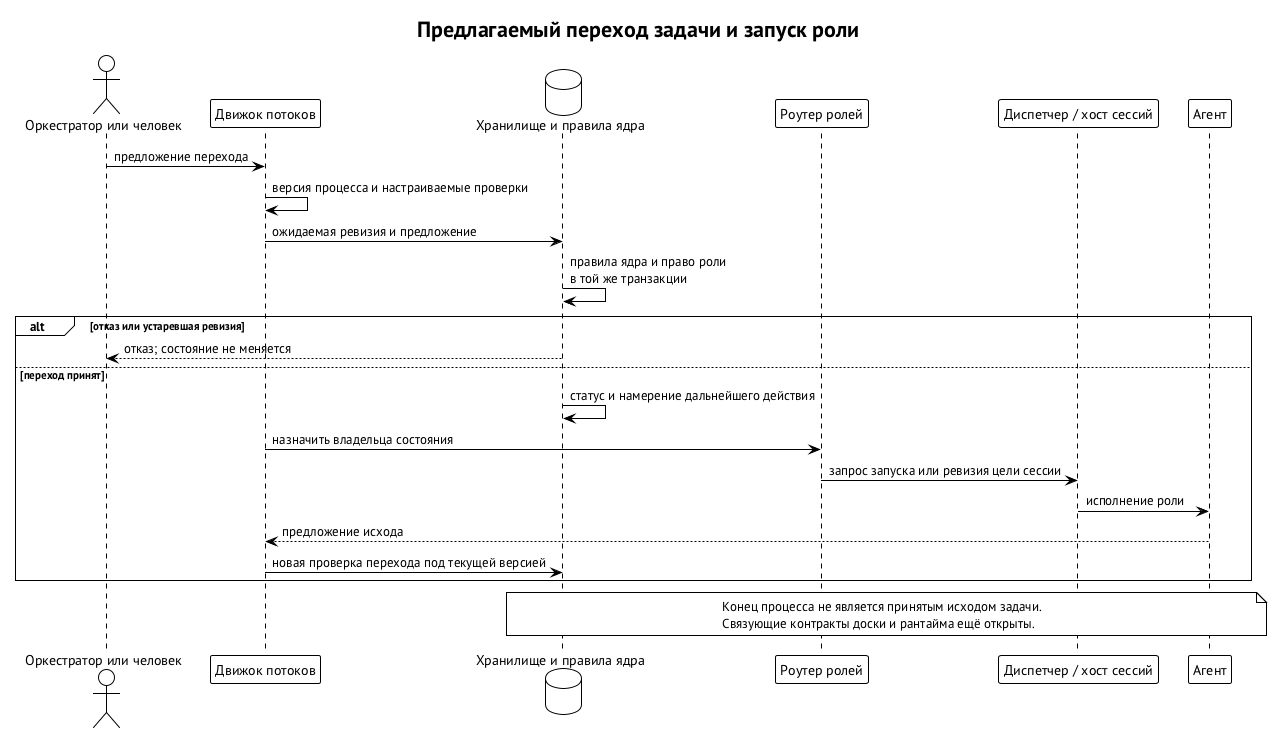
Above: book/diagrams/board-transition-spawn.png in relux-works/swarma-docs (PlantUML), before the change. The source it was exported from:
```plantuml
@startuml board-transition-spawn
!theme plain
skinparam defaultFontName "PT Sans"
skinparam shadowing false
title Предлагаемый переход задачи и запуск роли
actor "Оркестратор или человек" as O
participant "Движок потоков" as F
database "Хранилище и правила ядра" as K
participant "Роутер ролей" as R
participant "Диспетчер / хост сессий" as D
participant "Агент" as A
O -> F : предложение перехода
F -> F : версия процесса и настраиваемые проверки
F -> K : ожидаемая ревизия и предложение
K -> K : правила ядра и право роли\nв той же транзакции
alt отказ или устаревшая ревизия
  K --> O : отказ; состояние не меняется
else переход принят
  K -> K : статус и намерение дальнейшего действия
  F -> R : назначить владельца состояния
  R -> D : запрос запуска или ревизия цели сессии
  D -> A : исполнение роли
  A --> F : предложение исхода
  F -> K : новая проверка перехода под текущей версией
end
note over K, A
  Конец процесса не является принятым исходом задачи.
  Связующие контракты доски и рантайма ещё открыты.
end note
@enduml
```
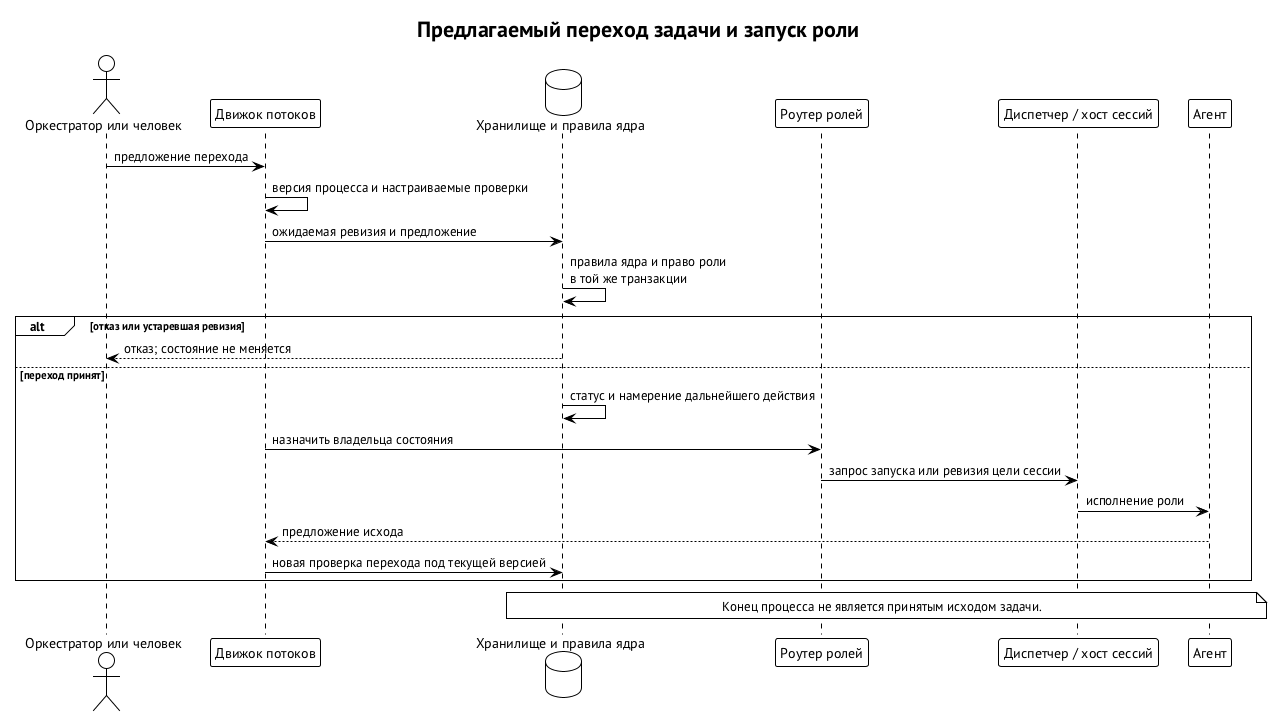
After the commit.

Diff of the diagram source:
```diff
@@ -25,6 +25,5 @@
 end
 note over K, A
   Конец процесса не является принятым исходом задачи.
-  Связующие контракты доски и рантайма ещё открыты.
 end note
 @enduml
```
